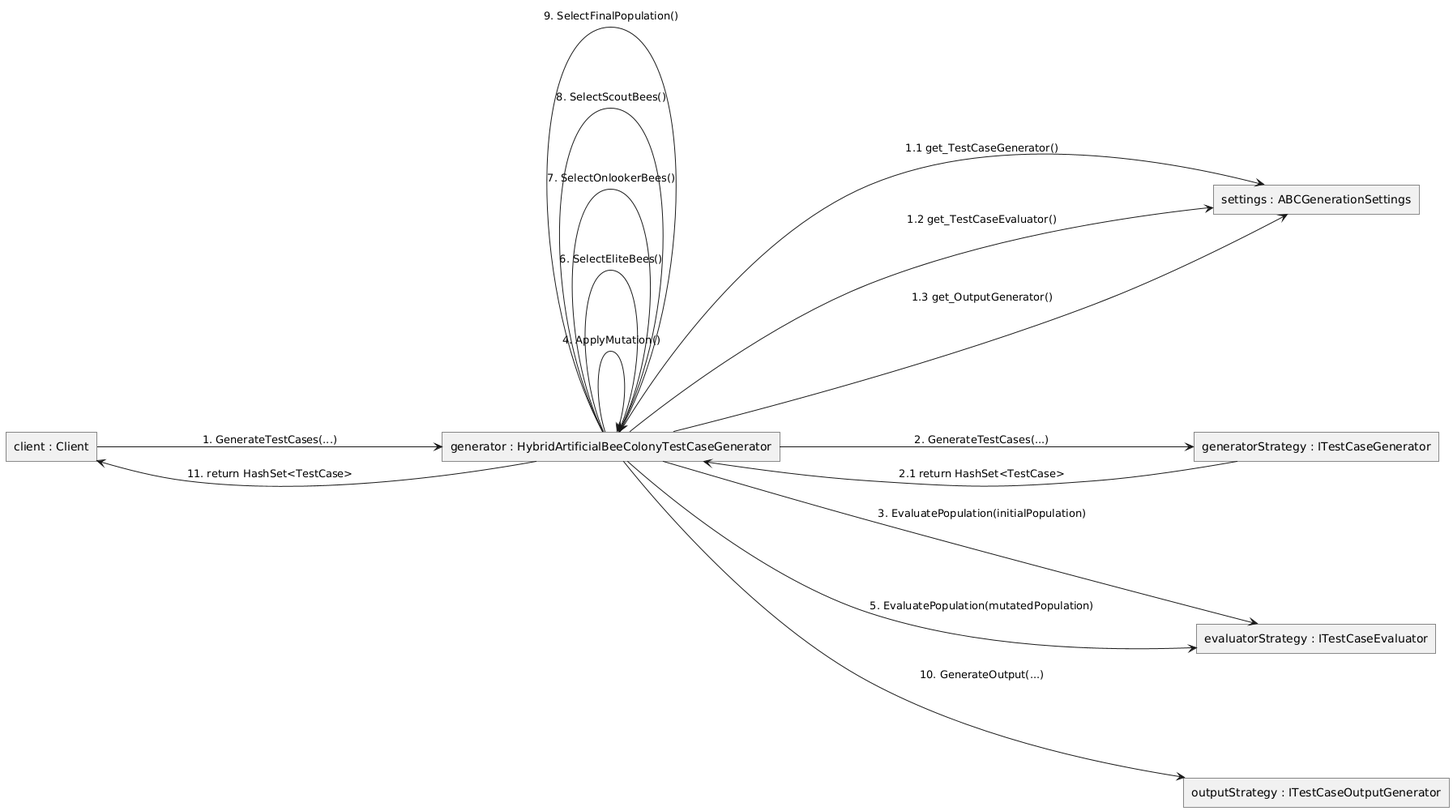
Earlier version of the PlantUML export DiagramsBG/4. Communication Diagrams/communication_diagram1.png (AutomateThePlanet/Testimize).
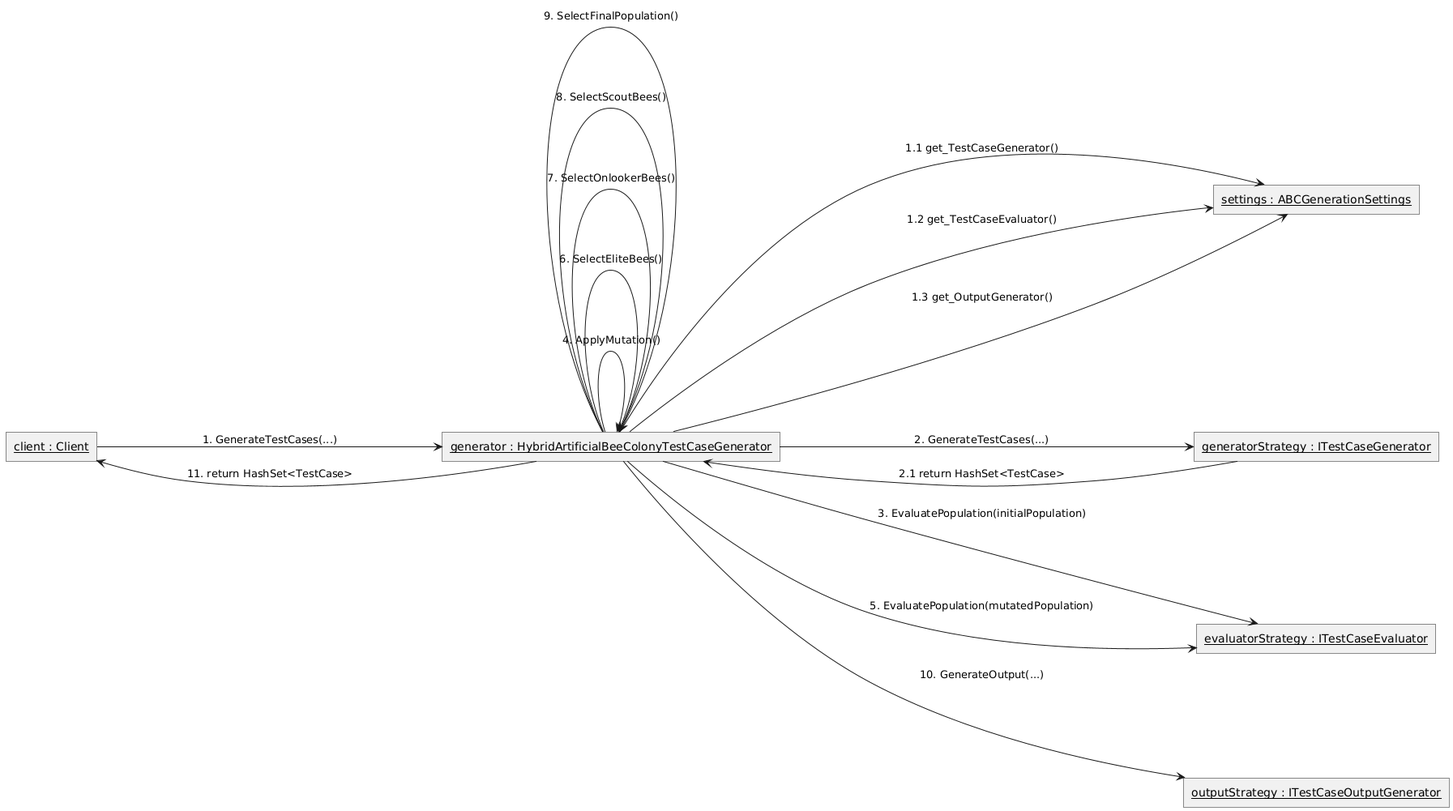
Later version of the same file.

Diff of the diagram source:
```diff
@@ -1,16 +1,19 @@
 @startuml
+
+
+
 skinparam shadowing false
 skinparam roundcorner 0
 skinparam nodesep 100
 skinparam ranksep 220
 left to right direction
 
-rectangle "client : Client" as client
-rectangle "generator : HybridArtificialBeeColonyTestCaseGenerator" as generator
-rectangle "settings : ABCGenerationSettings" as settings
-rectangle "generatorStrategy : ITestCaseGenerator" as generatorStrategy
-rectangle "evaluatorStrategy : ITestCaseEvaluator" as evaluatorStrategy
-rectangle "outputStrategy : ITestCaseOutputGenerator" as outputStrategy
+rectangle "<u>client : Client</u>" as client
+rectangle "<u>generator : HybridArtificialBeeColonyTestCaseGenerator</u>" as generator
+rectangle "<u>settings : ABCGenerationSettings</u>" as settings
+rectangle "<u>generatorStrategy : ITestCaseGenerator</u>" as generatorStrategy
+rectangle "<u>evaluatorStrategy : ITestCaseEvaluator</u>" as evaluatorStrategy
+rectangle "<u>outputStrategy : ITestCaseOutputGenerator</u>" as outputStrategy
 
 client --> generator : 1. GenerateTestCases(...)
 
```
